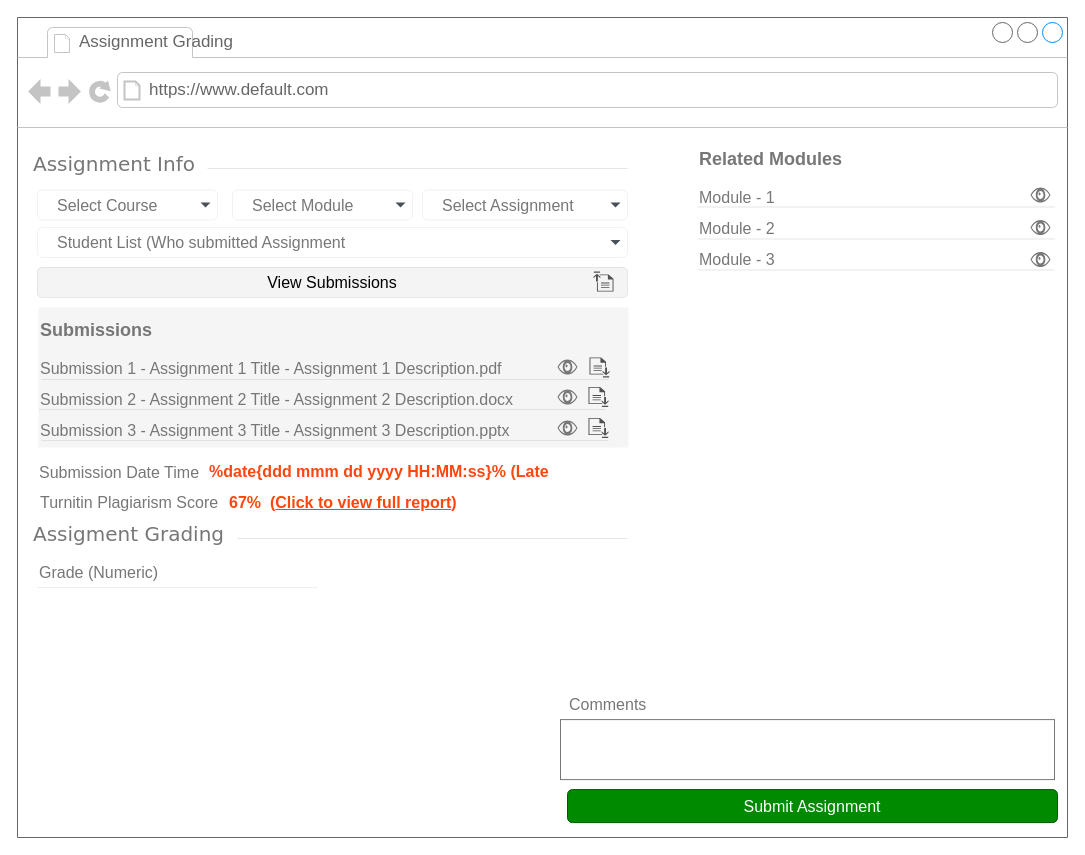
ZohaibWaqarMalik/Technical-Business-Analyst-Projects keeps this draw.io diagram as page "Assignment Grading" (9 of 9) of 02 - LMS-SysCollege/04 - UI_Designs/WireFrame.drawio. Above is the earlier version. Source tidied: cells renumbered, new cells numbered last; positions are measured from the earlier drawing's top-left corner, leaving out a move shared by most shapes. Both pictures are drawn from the tidied source at 100%, with x=0, y=0 at pixel (17, 17).
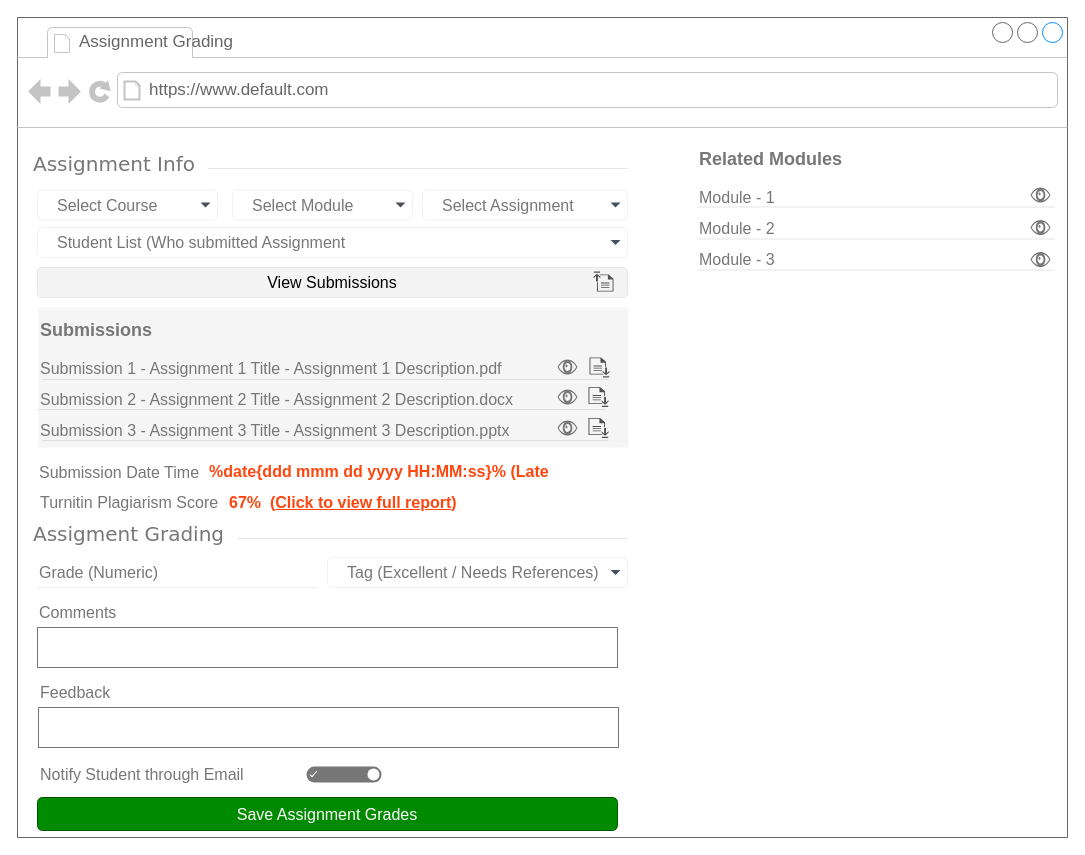
The same page after the edit.

Commit message:
Finalized Wireframe Assignment Grading

Unchanged cells that the change refers to:
```xml
<mxCell id="2" style="strokeWidth=1;shadow=0;dashed=0;align=center;html=1;shape=mxgraph.mockup.containers.browserWindow;rSize=0;strokeColor=#666666;mainText=,;rounded=0;labelBackgroundColor=none;fontFamily=Verdana;fontSize=12;" parent="1" vertex="1">
  <mxGeometry width="1050" height="820" as="geometry" />
</mxCell>
```

What changed in the source:
```diff
@@
-    <mxCell id="13" value="&lt;span style=&quot;font-size: 16px;&quot;&gt;Submit Assignment&lt;/span&gt;" style="rounded=1;fillColor=#008a00;strokeColor=#005700;html=1;whiteSpace=wrap;fontColor=#ffffff;align=center;verticalAlign=middle;fontStyle=0;fontSize=12;sketch=0;" parent="2" vertex="1">
-      <mxGeometry x="550" y="772.1" width="490" height="33" as="geometry" />
+    <mxCell id="13" value="&lt;span style=&quot;font-size: 16px;&quot;&gt;Save Assignment Grades&lt;/span&gt;" style="rounded=1;fillColor=#008a00;strokeColor=#005700;html=1;whiteSpace=wrap;fontColor=#ffffff;align=center;verticalAlign=middle;fontStyle=0;fontSize=12;sketch=0;" parent="2" vertex="1">
+      <mxGeometry x="20" y="780" width="580" height="33" as="geometry" />
     </mxCell>
@@
     <mxCell id="17" style="rounded=0;whiteSpace=wrap;html=1;strokeColor=#777777;" parent="2" vertex="1">
-      <mxGeometry x="543" y="702.1" width="494" height="60" as="geometry" />
+      <mxGeometry x="20" y="610" width="580" height="40" as="geometry" />
     </mxCell>
     <mxCell id="18" value="Comments" style="text;html=1;align=left;verticalAlign=middle;whiteSpace=wrap;rounded=0;fontColor=#777777;fontSize=16;" parent="2" vertex="1">
-      <mxGeometry x="550" y="672.1" width="130" height="30" as="geometry" />
+      <mxGeometry x="20" y="580" width="130" height="30" as="geometry" />
     </mxCell>
@@
+    <mxCell id="47" value="&lt;font style=&quot;font-size: 16px;&quot;&gt;Tag (Excellent /&amp;nbsp;Needs References)&lt;/font&gt;" style="html=1;shadow=0;dashed=0;shape=mxgraph.bootstrap.rrect;rSize=5;strokeColor=#777777;strokeWidth=0;fillColor=#ffffff;fontColor=#777777;whiteSpace=wrap;align=left;verticalAlign=middle;fontStyle=0;fontSize=18;spacing=20;" parent="2" vertex="1">
+      <mxGeometry x="310" y="540" width="300" height="30" as="geometry" />
+    </mxCell>
+    <mxCell id="48" style="shape=triangle;direction=south;fillColor=#495057;strokeColor=none;perimeter=none;" parent="47" vertex="1">
+      <mxGeometry x="1" y="0.5" width="10" height="5" relative="1" as="geometry">
+        <mxPoint x="-17" y="-2.5" as="offset" />
+      </mxGeometry>
+    </mxCell>
+    <mxCell id="49" style="rounded=0;whiteSpace=wrap;html=1;strokeColor=#777777;" parent="2" vertex="1">
+      <mxGeometry x="21" y="690" width="580" height="40" as="geometry" />
+    </mxCell>
+    <mxCell id="50" value="Feedback" style="text;html=1;align=left;verticalAlign=middle;whiteSpace=wrap;rounded=0;fontColor=#777777;fontSize=16;" parent="2" vertex="1">
+      <mxGeometry x="21" y="660" width="130" height="30" as="geometry" />
+    </mxCell>
+    <mxCell id="51" style="fillColor=#777777;strokeColor=none;rounded=1;arcSize=50;sketch=0;hachureGap=4;fontFamily=Architects Daughter;fontSize=20;" parent="2" vertex="1">
+      <mxGeometry x="289" y="749.1" width="75" height="16" as="geometry" />
+    </mxCell>
+    <mxCell id="52" style="shape=ellipse;strokeColor=none;fillColor=#ffffff;sketch=0;hachureGap=4;fontFamily=Architects Daughter;fontSize=20;" parent="51" vertex="1">
+      <mxGeometry x="1" y="0.5" width="12" height="12" relative="1" as="geometry">
+        <mxPoint x="-14" y="-6" as="offset" />
+      </mxGeometry>
+    </mxCell>
+    <mxCell id="53" style="html=1;shadow=0;dashed=0;shape=mxgraph.atlassian.check;strokeColor=#ffffff;sketch=1;hachureGap=4;fontFamily=Architects Daughter;fontSize=20;" parent="51" vertex="1">
+      <mxGeometry y="0.5" width="6" height="5" relative="1" as="geometry">
+        <mxPoint x="4" y="-3" as="offset" />
+      </mxGeometry>
+    </mxCell>
+    <mxCell id="54" value="Notify Student through Email" style="text;fontSize=16;verticalAlign=middle;strokeColor=none;fillColor=none;whiteSpace=wrap;html=1;fontColor=#777777;" parent="2" vertex="1">
+      <mxGeometry x="21" y="742.1" width="260" height="30" as="geometry" />
+    </mxCell>
```
